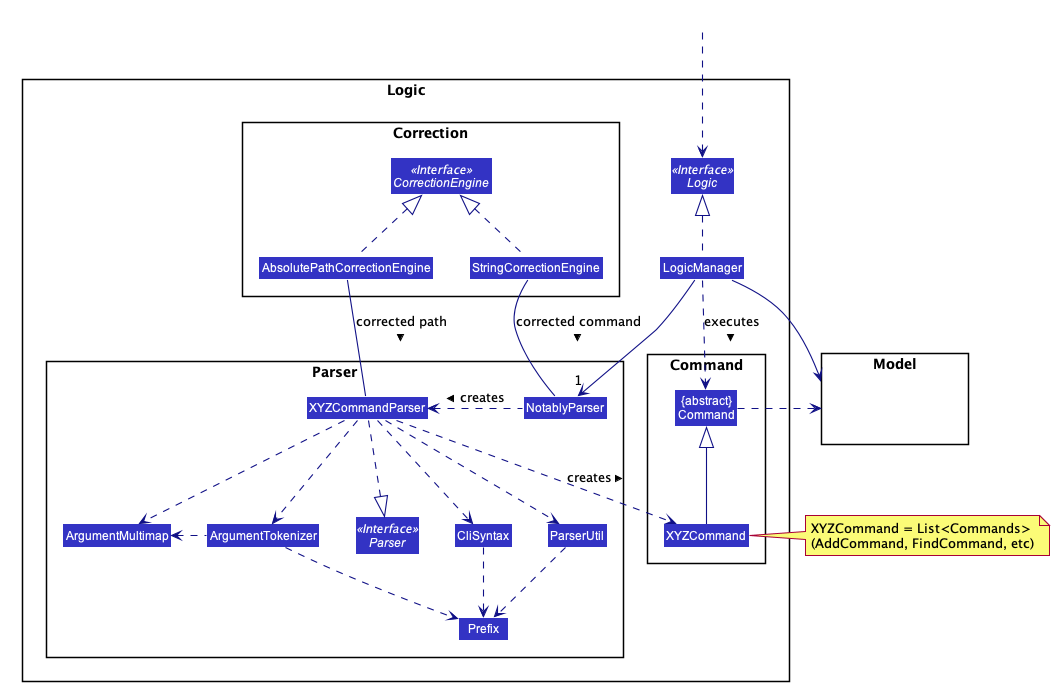
Before: docs/images/LogicClassDiagram.png, a diagram exported from PlantUML (nus-cs2103-AY1920S2/addressbook-level3).
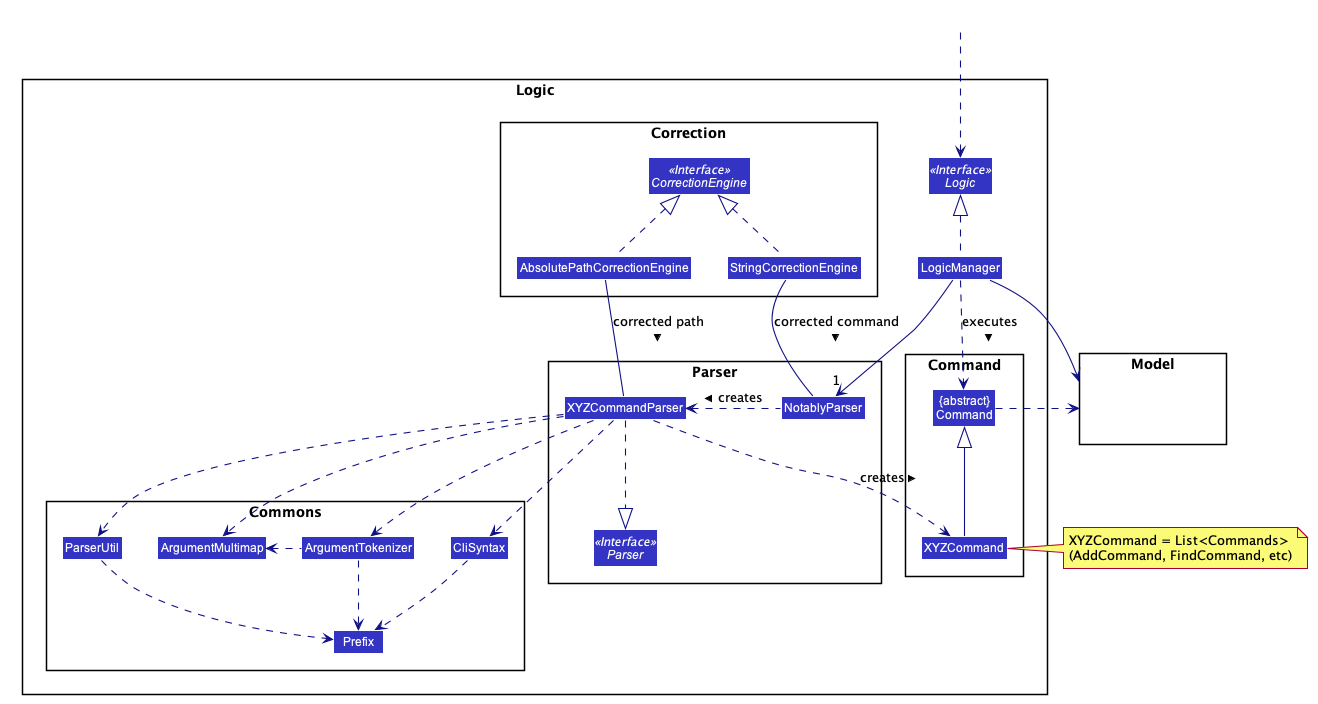
The same diagram one commit later.

Change to the diagram source:
```diff
@@ -57,6 +57,9 @@
 Interface Parser <<Interface>>
 Class NotablyParser
 Class XYZCommandParser
+}
+
+package Commons {
 Class CliSyntax
 Class ParserUtil
 Class ArgumentMultimap
```
